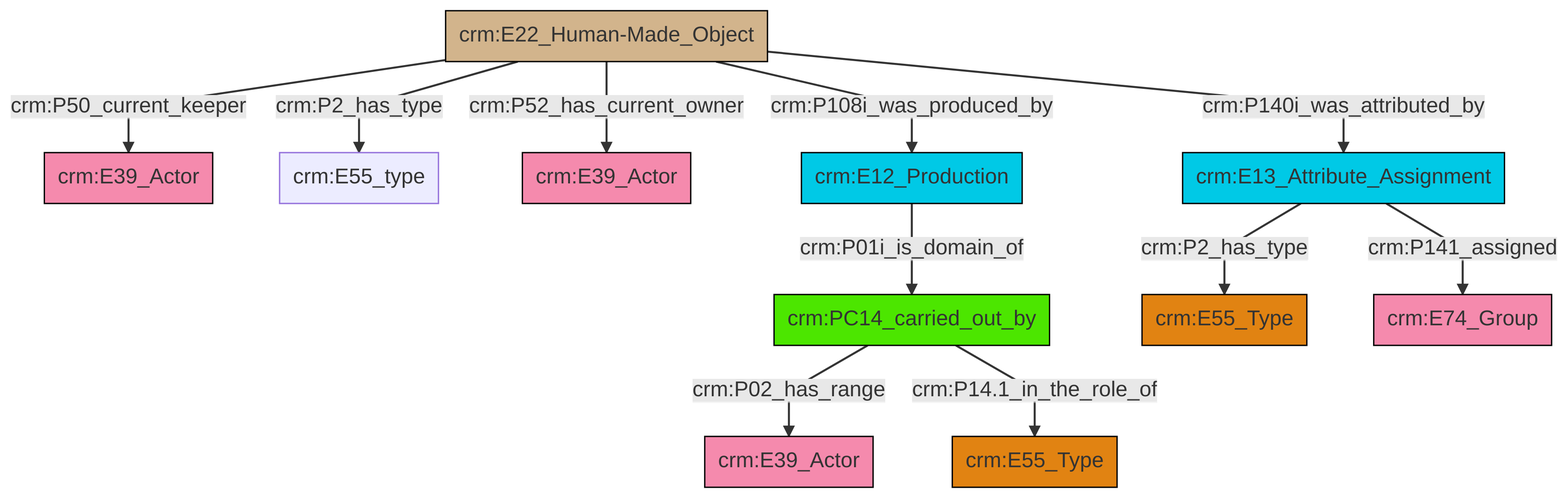
Earlier version of the Mermaid export et/artworkCSV/ttl/mmd/png/Artwork_Actor_Relations.png (swiss-art-research-net/reference-data-models). Its source is kept beside it as et/artworkCSV/ttl/mmd/Artwork_Actor_Relations.ttl.mmd.
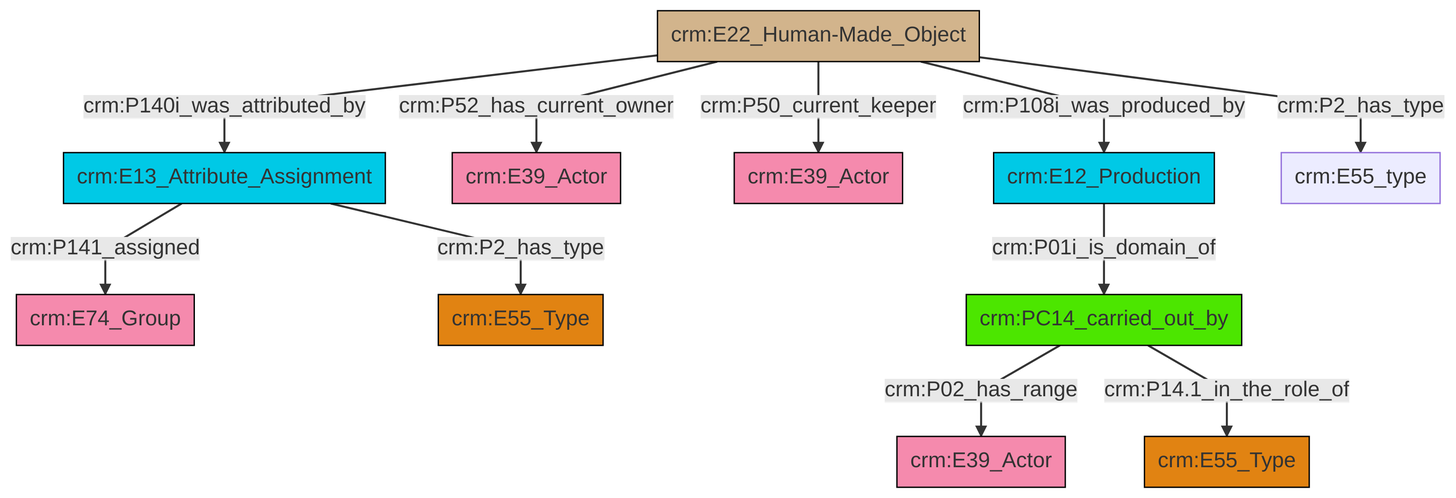
After the change.

The edit, as a diff of the source:
```diff
@@ -14,12 +14,12 @@
 classDef Multi fill:#cccccc,stroke:#000000;
 
 4["crm:PC14_carried_out_by"]:::PC_Classes -->|crm:P02_has_range| 5["crm:E39_Actor"]:::Actor
-8["crm:E22_Human-Made_Object"]:::Physical_Thing -->|crm:P50_current_keeper| 9["crm:E39_Actor"]:::Actor
-8["crm:E22_Human-Made_Object"]:::Physical_Thing -->|crm:P2_has_type| 10["crm:E55_type"]:::Default
-8["crm:E22_Human-Made_Object"]:::Physical_Thing -->|crm:P52_has_current_owner| 6["crm:E39_Actor"]:::Actor
-8["crm:E22_Human-Made_Object"]:::Physical_Thing -->|crm:P108i_was_produced_by| 2["crm:E12_Production"]:::Temporal_Entity
-17["crm:E13_Attribute_Assignment"]:::Temporal_Entity -->|crm:P2_has_type| 13["crm:E55_Type"]:::Type
-4["crm:PC14_carried_out_by"]:::PC_Classes -->|crm:P14.1_in_the_role_of| 11["crm:E55_Type"]:::Type
-2["crm:E12_Production"]:::Temporal_Entity -->|crm:P01i_is_domain_of| 4["crm:PC14_carried_out_by"]:::PC_Classes
-17["crm:E13_Attribute_Assignment"]:::Temporal_Entity -->|crm:P141_assigned| 0["crm:E74_Group"]:::Actor
-8["crm:E22_Human-Made_Object"]:::Physical_Thing -->|crm:P140i_was_attributed_by| 17["crm:E13_Attribute_Assignment"]:::Temporal_Entity
+6["crm:E22_Human-Made_Object"]:::Physical_Thing -->|crm:P140i_was_attributed_by| 7["crm:E13_Attribute_Assignment"]:::Temporal_Entity
+6["crm:E22_Human-Made_Object"]:::Physical_Thing -->|crm:P52_has_current_owner| 13["crm:E39_Actor"]:::Actor
+6["crm:E22_Human-Made_Object"]:::Physical_Thing -->|crm:P50_current_keeper| 2["crm:E39_Actor"]:::Actor
+4["crm:PC14_carried_out_by"]:::PC_Classes -->|crm:P14.1_in_the_role_of| 10["crm:E55_Type"]:::Type
+7["crm:E13_Attribute_Assignment"]:::Temporal_Entity -->|crm:P141_assigned| 18["crm:E74_Group"]:::Actor
+6["crm:E22_Human-Made_Object"]:::Physical_Thing -->|crm:P108i_was_produced_by| 16["crm:E12_Production"]:::Temporal_Entity
+7["crm:E13_Attribute_Assignment"]:::Temporal_Entity -->|crm:P2_has_type| 0["crm:E55_Type"]:::Type
+16["crm:E12_Production"]:::Temporal_Entity -->|crm:P01i_is_domain_of| 4["crm:PC14_carried_out_by"]:::PC_Classes
+6["crm:E22_Human-Made_Object"]:::Physical_Thing -->|crm:P2_has_type| 8["crm:E55_type"]:::Default
```
